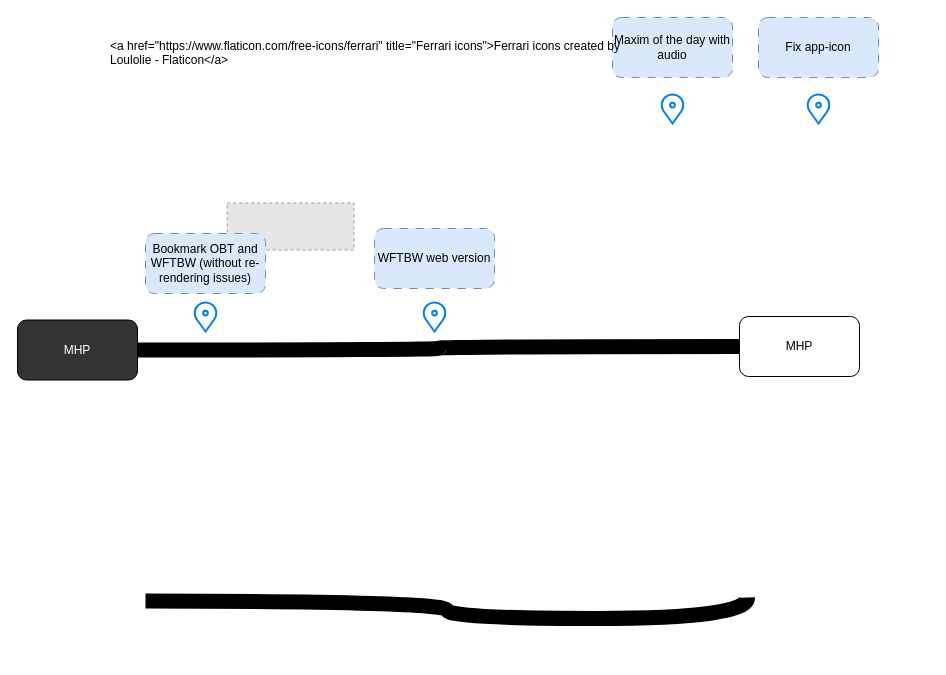
This is my_plans_and_progress.drawio from appsparkler/draw.io, a draw.io file, before an edit. Source tidied: cells renumbered, new cells numbered last; positions are measured from the earlier drawing's top-left corner, leaving out a move shared by most shapes. Both pictures are drawn from the tidied source at 100%, with x=0, y=0 at pixel (17, 17). Pictures stored in the file or linked from it are replaced by grey dashed boxes.
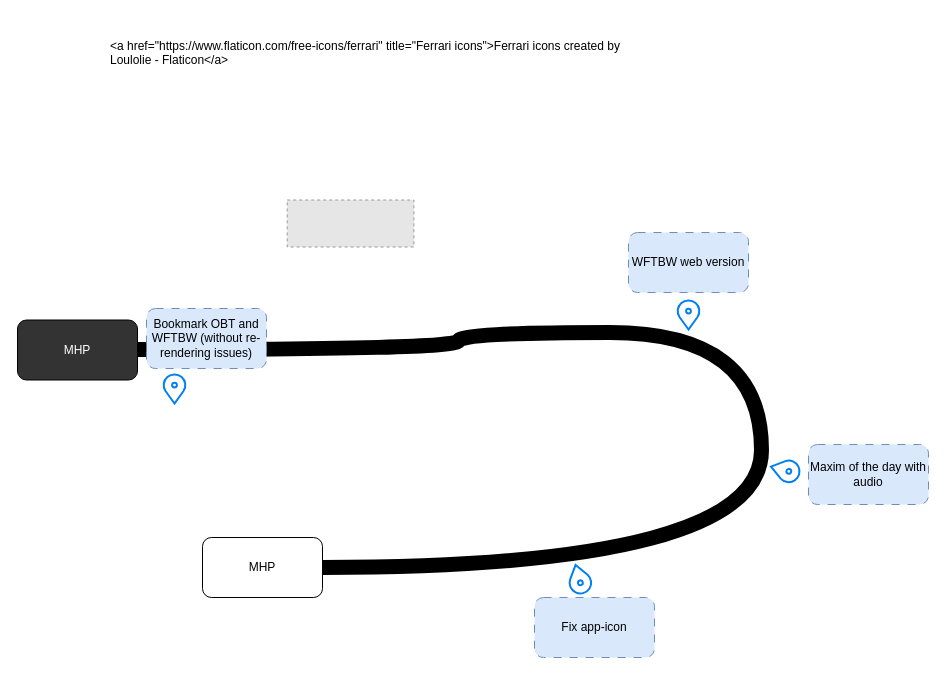
The same page after the edit.

Diff of the diagram source:
```diff
@@
 <mxGraphModel>
   <root>
     <mxCell id="0" />
     <mxCell id="1" parent="0" />
+    <mxCell id="5" value="MHP" style="rounded=1;whiteSpace=wrap;html=1;fillColor=#333333;fontColor=#FFFFFF;" parent="1" vertex="1">
+      <mxGeometry y="302.5" width="120" height="60" as="geometry" />
+    </mxCell>
-    <mxCell id="2" style="edgeStyle=orthogonalEdgeStyle;rounded=0;jettySize=auto;html=1;exitX=0;exitY=0.5;exitDx=0;exitDy=0;shadow=0;strokeColor=light-dark(#000000,#000000);strokeWidth=15;align=center;verticalAlign=middle;fontFamily=Helvetica;fontSize=11;fontColor=default;labelBackgroundColor=default;endArrow=none;endFill=0;flowAnimation=1;curved=1;" parent="1" edge="1" source="6" target="5">
-      <mxGeometry relative="1" as="geometry" />
+    <mxCell id="2" style="edgeStyle=orthogonalEdgeStyle;rounded=0;jettySize=auto;html=1;strokeWidth=15;strokeColor=default;flowAnimation=1;shape=filledEdge;endArrow=none;endFill=0;curved=1;" parent="1" edge="1" source="6" target="5">
+      <mxGeometry relative="1" as="geometry">
+        <Array as="points">
+          <mxPoint x="744" y="315" />
+          <mxPoint x="441" y="315" />
+          <mxPoint x="441" y="332" />
+        </Array>
+      </mxGeometry>
     </mxCell>
-    <mxCell id="3" style="edgeStyle=orthogonalEdgeStyle;rounded=0;orthogonalLoop=1;jettySize=auto;html=1;exitX=1;exitY=0.5;exitDx=0;exitDy=0;entryX=0;entryY=0.5;entryDx=0;entryDy=0;shadow=0;strokeColor=light-dark(#000000,#000000);strokeWidth=15;align=center;verticalAlign=middle;fontFamily=Helvetica;fontSize=11;fontColor=default;labelBackgroundColor=default;endArrow=none;endFill=0;flowAnimation=1;curved=1;" parent="1" edge="1">
-      <mxGeometry relative="1" as="geometry">
-        <mxPoint x="128" y="583.5" as="sourcePoint" />
-        <mxPoint x="730" y="580" as="targetPoint" />
-      </mxGeometry>
-    </mxCell>
-    <mxCell id="4" style="fillColor=#E6E6E6;strokeColor=#999999;dashed=1;verticalLabelPosition=bottom;labelBackgroundColor=default;verticalAlign=top;" parent="3" vertex="1">
-      <mxGeometry x="209.7" y="185.5" width="126.7" height="47" as="geometry" />
-    </mxCell>
-    <mxCell id="5" value="MHP" style="rounded=1;whiteSpace=wrap;html=1;fillColor=#333333;fontColor=#FFFFFF;" parent="1" vertex="1">
-      <mxGeometry y="302.5" width="120" height="60" as="geometry" />
-    </mxCell>
+    <mxCell id="16" style="fillColor=#E6E6E6;strokeColor=#999999;dashed=1;verticalLabelPosition=bottom;labelBackgroundColor=default;verticalAlign=top;rotation=0;" parent="2" vertex="1">
+      <mxGeometry x="269.7" y="182.5" width="126.7" height="47" as="geometry" />
+    </mxCell>
     <mxCell id="6" value="MHP" style="rounded=1;whiteSpace=wrap;html=1;" parent="1" vertex="1">
-      <mxGeometry x="722" y="299" width="120" height="60" as="geometry" />
+      <mxGeometry x="185" y="520" width="120" height="60" as="geometry" />
     </mxCell>
     <mxCell id="7" style="html=1;verticalLabelPosition=bottom;align=center;labelBackgroundColor=#ffffff;verticalAlign=top;strokeWidth=2;strokeColor=#0080F0;shadow=0;dashed=0;shape=mxgraph.ios7.icons.location;rotation=0;" parent="1" vertex="1">
-      <mxGeometry x="176" y="284" width="24" height="30" as="geometry" />
+      <mxGeometry x="145" y="356" width="24" height="30" as="geometry" />
     </mxCell>
     <mxCell id="8" value="Bookmark OBT and WFTBW (without re-rendering issues)" style="rounded=1;whiteSpace=wrap;html=1;fillColor=#dae8fc;strokeColor=#6c8ebf;dashed=1;dashPattern=8 8;" parent="1" vertex="1">
-      <mxGeometry x="128" y="216" width="120" height="60" as="geometry" />
+      <mxGeometry x="129" y="291" width="120" height="60" as="geometry" />
     </mxCell>
     <mxCell id="9" value="Maxim of the day with audio" style="rounded=1;whiteSpace=wrap;html=1;fillColor=#dae8fc;strokeColor=#6c8ebf;dashed=1;dashPattern=8 8;" parent="1" vertex="1">
-      <mxGeometry x="595" width="120" height="60" as="geometry" />
+      <mxGeometry x="791" y="427" width="120" height="60" as="geometry" />
     </mxCell>
     <mxCell id="10" style="html=1;verticalLabelPosition=bottom;align=center;labelBackgroundColor=#ffffff;verticalAlign=top;strokeWidth=2;strokeColor=#0080F0;shadow=0;dashed=0;shape=mxgraph.ios7.icons.location;rotation=0;" parent="1" vertex="1">
-      <mxGeometry x="405" y="284" width="24" height="30" as="geometry" />
+      <mxGeometry x="659" y="282" width="24" height="30" as="geometry" />
     </mxCell>
     <mxCell id="11" value="WFTBW web version" style="rounded=1;whiteSpace=wrap;html=1;fillColor=#dae8fc;strokeColor=#6c8ebf;dashed=1;dashPattern=8 8;" parent="1" vertex="1">
-      <mxGeometry x="357" y="211" width="120" height="60" as="geometry" />
+      <mxGeometry x="611" y="215" width="120" height="60" as="geometry" />
     </mxCell>
     <mxCell id="12" value="&lt;a href=&quot;https://www.flaticon.com/free-icons/ferrari&quot; title=&quot;Ferrari icons&quot;&gt;Ferrari icons created by Loulolie - Flaticon&lt;/a&gt;" style="text;whiteSpace=wrap;" parent="1" vertex="1">
       <mxGeometry x="91" y="15" width="550" height="51" as="geometry" />
     </mxCell>
-    <mxCell id="13" style="html=1;verticalLabelPosition=bottom;align=center;labelBackgroundColor=#ffffff;verticalAlign=top;strokeWidth=2;strokeColor=#0080F0;shadow=0;dashed=0;shape=mxgraph.ios7.icons.location;rotation=0;" parent="1" vertex="1">
-      <mxGeometry x="643" y="76" width="24" height="30" as="geometry" />
+    <mxCell id="13" style="html=1;verticalLabelPosition=bottom;align=center;labelBackgroundColor=#ffffff;verticalAlign=top;strokeWidth=2;strokeColor=#0080F0;shadow=0;dashed=0;shape=mxgraph.ios7.icons.location;rotation=105;" parent="1" vertex="1">
+      <mxGeometry x="756" y="438" width="24" height="30" as="geometry" />
     </mxCell>
     <mxCell id="14" value="Fix app-icon" style="rounded=1;whiteSpace=wrap;html=1;fillColor=#dae8fc;strokeColor=#6c8ebf;dashed=1;dashPattern=8 8;" parent="1" vertex="1">
-      <mxGeometry x="741" width="120" height="60" as="geometry" />
+      <mxGeometry x="517" y="580" width="120" height="60" as="geometry" />
     </mxCell>
-    <mxCell id="15" style="html=1;verticalLabelPosition=bottom;align=center;labelBackgroundColor=#ffffff;verticalAlign=top;strokeWidth=2;strokeColor=#0080F0;shadow=0;dashed=0;shape=mxgraph.ios7.icons.location;rotation=0;" parent="1" vertex="1">
-      <mxGeometry x="789" y="76" width="24" height="30" as="geometry" />
+    <mxCell id="15" style="html=1;verticalLabelPosition=bottom;align=center;labelBackgroundColor=#ffffff;verticalAlign=top;strokeWidth=2;strokeColor=#0080F0;shadow=0;dashed=0;shape=mxgraph.ios7.icons.location;rotation=-195;" parent="1" vertex="1">
+      <mxGeometry x="550" y="547" width="24" height="30" as="geometry" />
     </mxCell>
   </root>
 </mxGraphModel>
```
